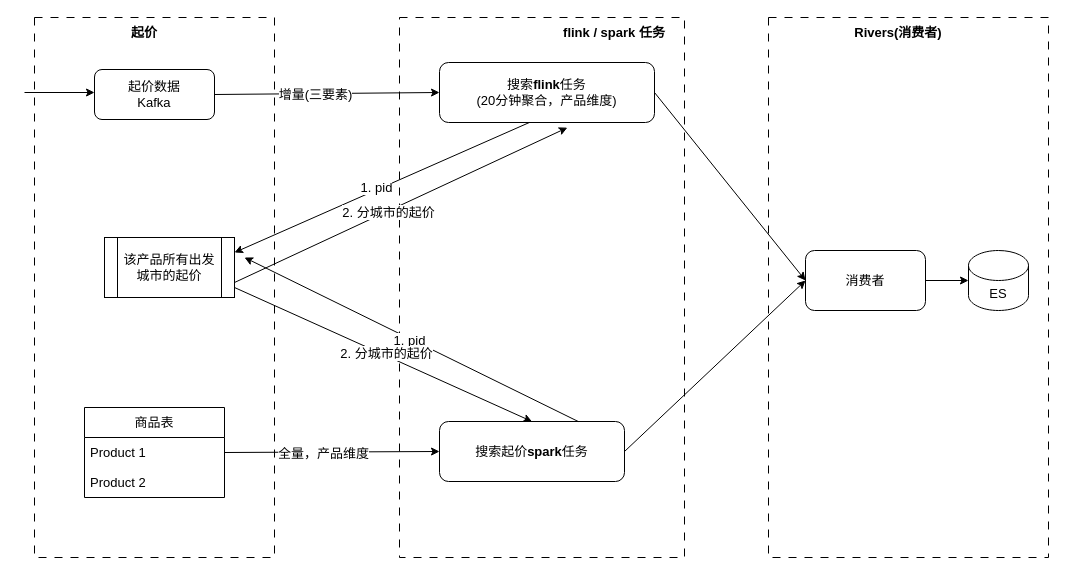
Above: 索引起价更新V2.drawio in haiyang1985/draw-io (draw.io), before the change. Source tidied: cells renumbered, new cells numbered last; positions are measured from the earlier drawing's top-left corner, leaving out a move shared by most shapes. Both pictures are drawn from the tidied source at 100%, with x=0, y=0 at pixel (24, 17).
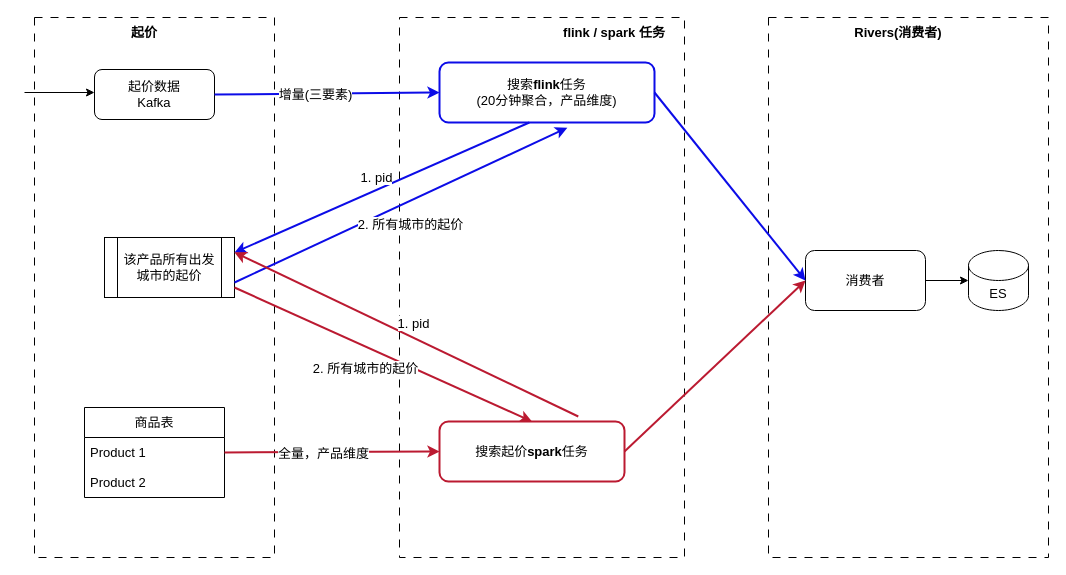
After the change.

Commit message:
更新索引起价更新V2.drawio

Unchanged cells that the change refers to:
```xml
<mxCell id="2" style="rounded=0;whiteSpace=wrap;html=1;fontSize=13;dashed=1;dashPattern=8 8;" parent="1" vertex="1">
  <mxGeometry x="375" width="285" height="540" as="geometry" />
</mxCell>
<mxCell id="8" value="起价数据&lt;div&gt;Kafka&lt;/div&gt;" style="rounded=1;whiteSpace=wrap;html=1;fontSize=13;" parent="1" vertex="1">
  <mxGeometry x="70" y="52" width="120" height="50" as="geometry" />
</mxCell>
<mxCell id="13" value="消费者" style="rounded=1;whiteSpace=wrap;html=1;fontSize=13;" parent="1" vertex="1">
  <mxGeometry x="781" y="233" width="120" height="60" as="geometry" />
</mxCell>
<mxCell id="18" value="Product 1" style="text;strokeColor=none;fillColor=none;align=left;verticalAlign=middle;spacingLeft=4;spacingRight=4;overflow=hidden;points=[[0,0.5],[1,0.5]];portConstraint=eastwest;whiteSpace=wrap;html=1;fontSize=13;" parent="17" vertex="1">
  <mxGeometry y="30" width="140" height="30" as="geometry" />
</mxCell>
<mxCell id="24" value="该产品所有出发城市的起价" style="shape=process;whiteSpace=wrap;html=1;backgroundOutline=1;fontSize=13;" parent="1" vertex="1">
  <mxGeometry x="80" y="220" width="130" height="60" as="geometry" />
</mxCell>
```

The edit, as a diff of the source:
```diff
@@
-    <mxCell id="9" value="搜索&lt;b&gt;flink&lt;/b&gt;任务&lt;div&gt;(20分钟聚合，产品维度)&lt;/div&gt;" style="rounded=1;whiteSpace=wrap;html=1;fontSize=13;" parent="1" vertex="1">
+    <mxCell id="9" value="搜索&lt;b&gt;flink&lt;/b&gt;任务&lt;div&gt;(20分钟聚合，产品维度)&lt;/div&gt;" style="rounded=1;whiteSpace=wrap;html=1;fontSize=13;strokeWidth=2;strokeColor=#0C0CE7;" parent="1" vertex="1">
       <mxGeometry x="415" y="45" width="215" height="60" as="geometry" />
     </mxCell>
-    <mxCell id="10" style="endArrow=classic;html=1;rounded=0;exitX=1;exitY=0.5;exitDx=0;exitDy=0;entryX=0;entryY=0.5;entryDx=0;entryDy=0;fontSize=13;" parent="1" edge="1" source="8" target="9">
+    <mxCell id="10" style="endArrow=classic;html=1;rounded=0;exitX=1;exitY=0.5;exitDx=0;exitDy=0;entryX=0;entryY=0.5;entryDx=0;entryDy=0;fontSize=13;strokeWidth=2;strokeColor=#0C0CE7;" parent="1" edge="1" source="8" target="9">
       <mxGeometry relative="1" as="geometry" />
     </mxCell>
@@
-    <mxCell id="14" style="endArrow=classic;html=1;rounded=0;exitX=1;exitY=0.5;exitDx=0;exitDy=0;entryX=0;entryY=0.5;entryDx=0;entryDy=0;fontSize=13;" parent="1" edge="1" source="9" target="13">
+    <mxCell id="14" style="endArrow=classic;html=1;rounded=0;exitX=1;exitY=0.5;exitDx=0;exitDy=0;entryX=0;entryY=0.5;entryDx=0;entryDy=0;fontSize=13;strokeWidth=2;strokeColor=#0C0CE7;" parent="1" edge="1" source="9" target="13">
       <mxGeometry relative="1" as="geometry" />
     </mxCell>
@@
-    <mxCell id="20" value="搜索起价&lt;b&gt;spark&lt;/b&gt;任务" style="rounded=1;whiteSpace=wrap;html=1;fontSize=13;" parent="1" vertex="1">
+    <mxCell id="20" value="搜索起价&lt;b&gt;spark&lt;/b&gt;任务" style="rounded=1;whiteSpace=wrap;html=1;fontSize=13;strokeWidth=2;strokeColor=#BB1A31;" parent="1" vertex="1">
       <mxGeometry x="415" y="404" width="185" height="60" as="geometry" />
     </mxCell>
-    <mxCell id="21" style="endArrow=classic;html=1;rounded=0;exitX=1;exitY=0.5;exitDx=0;exitDy=0;entryX=0;entryY=0.5;entryDx=0;entryDy=0;fontSize=13;" parent="1" edge="1" source="18" target="20">
+    <mxCell id="21" style="endArrow=classic;html=1;rounded=0;exitX=1;exitY=0.5;exitDx=0;exitDy=0;entryX=0;entryY=0.5;entryDx=0;entryDy=0;fontSize=13;strokeWidth=2;strokeColor=#BB1A31;" parent="1" edge="1" source="18" target="20">
       <mxGeometry relative="1" as="geometry" />
     </mxCell>
@@
-    <mxCell id="23" style="endArrow=classic;html=1;rounded=0;entryX=0;entryY=0.5;entryDx=0;entryDy=0;exitX=1;exitY=0.5;exitDx=0;exitDy=0;fontSize=13;" parent="1" edge="1" source="20" target="13">
+    <mxCell id="23" style="endArrow=classic;html=1;rounded=0;entryX=0;entryY=0.5;entryDx=0;entryDy=0;exitX=1;exitY=0.5;exitDx=0;exitDy=0;fontSize=13;strokeWidth=2;strokeColor=#BB1A31;" parent="1" edge="1" source="20" target="13">
       <mxGeometry relative="1" as="geometry" />
     </mxCell>
@@
-    <mxCell id="25" style="endArrow=classic;html=1;rounded=0;exitX=0.418;exitY=1;exitDx=0;exitDy=0;entryX=1;entryY=0.25;entryDx=0;entryDy=0;exitPerimeter=0;fontSize=13;" parent="1" edge="1" source="9" target="24">
+    <mxCell id="25" style="endArrow=classic;html=1;rounded=0;exitX=0.418;exitY=1;exitDx=0;exitDy=0;entryX=1;entryY=0.25;entryDx=0;entryDy=0;exitPerimeter=0;fontSize=13;strokeWidth=2;strokeColor=#0C0CE7;" parent="1" edge="1" source="9" target="24">
       <mxGeometry relative="1" as="geometry" />
     </mxCell>
     <mxCell id="26" value="1. pid" style="edgeLabel;html=1;align=center;verticalAlign=middle;fontSize=13;" parent="25" vertex="1">
-      <mxGeometry x="0.03" y="-3" relative="1" as="geometry" />
+      <mxGeometry x="0.03" y="-3" relative="1" as="geometry">
+        <mxPoint y="-10" as="offset" />
+      </mxGeometry>
     </mxCell>
-    <mxCell id="27" style="endArrow=classic;html=1;rounded=0;exitX=1;exitY=0.75;exitDx=0;exitDy=0;entryX=0.589;entryY=0.204;entryDx=0;entryDy=0;entryPerimeter=0;fontSize=13;" parent="1" edge="1" source="24" target="2">
+    <mxCell id="27" style="endArrow=classic;html=1;rounded=0;exitX=1;exitY=0.75;exitDx=0;exitDy=0;entryX=0.589;entryY=0.204;entryDx=0;entryDy=0;entryPerimeter=0;fontSize=13;strokeWidth=2;strokeColor=#0C0CE7;" parent="1" edge="1" source="24" target="2">
       <mxGeometry relative="1" as="geometry" />
     </mxCell>
-    <mxCell id="28" value="2. 分城市的起价" style="edgeLabel;html=1;align=center;verticalAlign=middle;fontSize=13;" parent="27" vertex="1">
-      <mxGeometry x="-0.08" y="-1" relative="1" as="geometry" />
+    <mxCell id="28" value="2. 所有城市的起价" style="edgeLabel;html=1;align=center;verticalAlign=middle;fontSize=13;" parent="27" vertex="1">
+      <mxGeometry x="-0.08" y="-1" relative="1" as="geometry">
+        <mxPoint x="22" y="12" as="offset" />
+      </mxGeometry>
     </mxCell>
-    <mxCell id="29" style="endArrow=classic;html=1;rounded=0;exitX=0.75;exitY=0;exitDx=0;exitDy=0;fontSize=13;" parent="1" edge="1" source="20">
+    <mxCell id="29" style="endArrow=classic;html=1;rounded=0;exitX=0.75;exitY=0;exitDx=0;exitDy=0;fontSize=13;strokeWidth=2;strokeColor=#BB1A31;entryX=0.833;entryY=0.444;entryDx=0;entryDy=0;entryPerimeter=0;" parent="1" edge="1">
       <mxGeometry relative="1" as="geometry">
-        <mxPoint x="220" y="240" as="targetPoint" />
+        <mxPoint x="553.8" y="399" as="sourcePoint" />
+        <mxPoint x="209.9" y="234.8" as="targetPoint" />
       </mxGeometry>
     </mxCell>
     <mxCell id="30" value="1. pid" style="edgeLabel;html=1;align=center;verticalAlign=middle;fontSize=13;" parent="29" vertex="1">
-      <mxGeometry x="0.01" y="2" relative="1" as="geometry" />
+      <mxGeometry x="0.01" y="2" relative="1" as="geometry">
+        <mxPoint x="9" y="-13" as="offset" />
+      </mxGeometry>
     </mxCell>
-    <mxCell id="31" style="endArrow=classic;html=1;rounded=0;entryX=0.5;entryY=0;entryDx=0;entryDy=0;fontSize=13;" parent="1" edge="1" target="20">
+    <mxCell id="31" style="endArrow=classic;html=1;rounded=0;entryX=0.5;entryY=0;entryDx=0;entryDy=0;fontSize=13;strokeWidth=2;strokeColor=#BB1A31;" parent="1" edge="1" target="20">
       <mxGeometry relative="1" as="geometry">
         <mxPoint x="210" y="270" as="sourcePoint" />
       </mxGeometry>
     </mxCell>
-    <mxCell id="32" value="2. 分城市的起价" style="edgeLabel;html=1;align=center;verticalAlign=middle;fontSize=13;" parent="31" vertex="1">
-      <mxGeometry x="0.01" y="3" relative="1" as="geometry" />
+    <mxCell id="32" value="2. 所有城市的起价" style="edgeLabel;html=1;align=center;verticalAlign=middle;fontSize=13;" parent="31" vertex="1">
+      <mxGeometry x="0.01" y="3" relative="1" as="geometry">
+        <mxPoint x="-21" y="15" as="offset" />
+      </mxGeometry>
     </mxCell>
```
